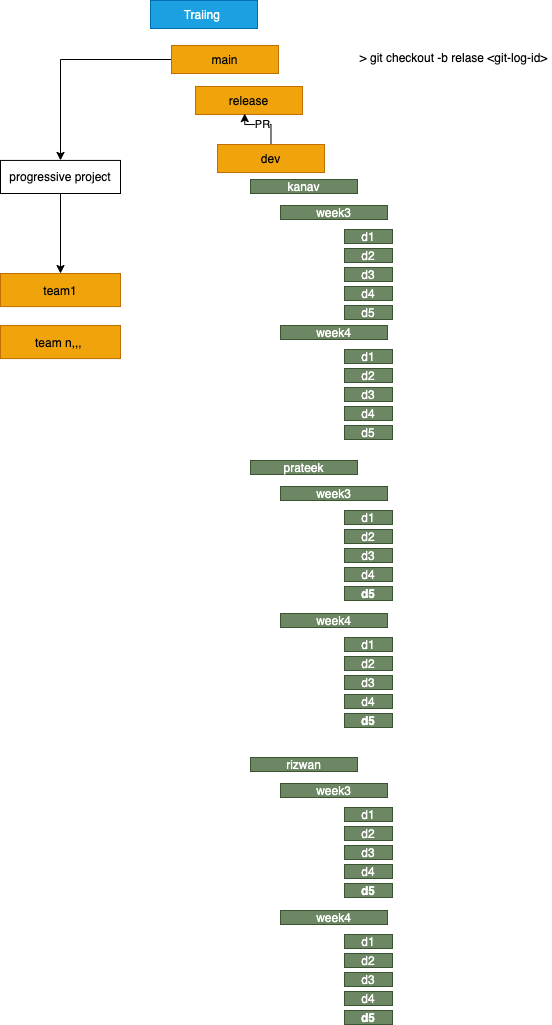
The draw.io diagram images/folder-structure.drawio.png in adithnaveen/sapient-freshers-2021-jun-asde, before a commit. Source tidied: cells renumbered, new cells last; positions are measured from the earlier drawing's top-left corner, leaving out a move shared by most shapes.
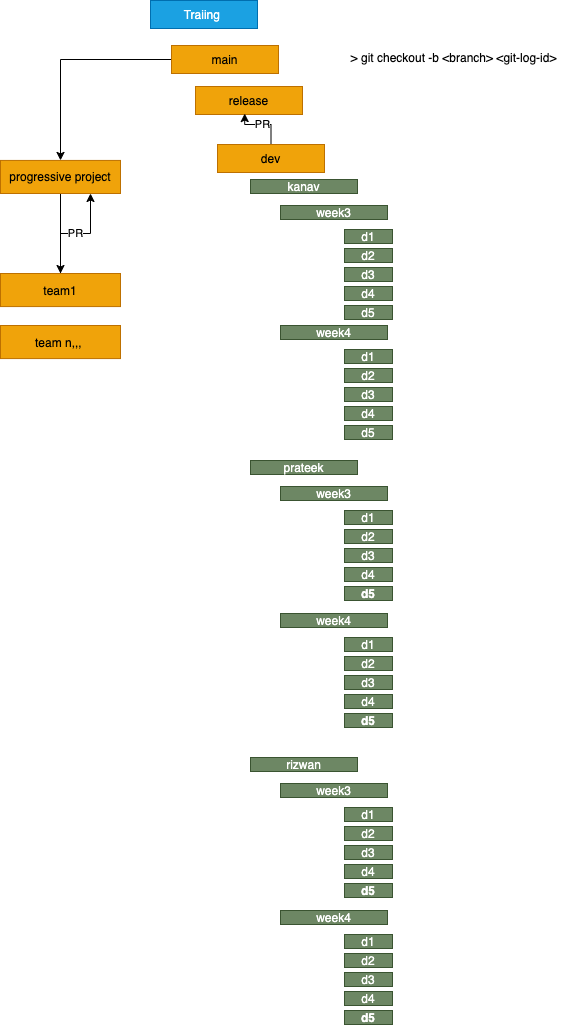
After the commit.

The edit, as a diff of the source:
```diff
@@ -20,8 +20,8 @@
     <mxCell id="7" value="main" style="rounded=0;whiteSpace=wrap;html=1;fillColor=#f0a30a;strokeColor=#BD7000;fontColor=#000000;" parent="1" vertex="1">
       <mxGeometry x="171" y="45" width="107" height="28" as="geometry" />
     </mxCell>
-    <mxCell id="8" value="&amp;gt; git checkout -b relase &amp;lt;git-log-id&amp;gt;" style="text;html=1;align=center;verticalAlign=middle;strokeColor=none;" parent="1" vertex="1">
-      <mxGeometry x="354" y="48" width="197" height="17" as="geometry" />
+    <mxCell id="8" value="&amp;gt; git checkout -b &amp;lt;branch&amp;gt; &amp;lt;git-log-id&amp;gt;" style="text;html=1;align=center;verticalAlign=middle;strokeColor=none;" parent="1" vertex="1">
+      <mxGeometry x="345" y="48" width="216" height="18" as="geometry" />
     </mxCell>
     <mxCell id="9" value="kanav" style="rounded=0;whiteSpace=wrap;html=1;fillColor=#6d8764;strokeColor=#3A5431;fontColor=#ffffff;" parent="1" vertex="1">
       <mxGeometry x="250" y="179" width="107" height="14" as="geometry" />
@@ -143,9 +143,12 @@
     <mxCell id="48" style="edgeStyle=orthogonalEdgeStyle;rounded=0;jettySize=auto;html=1;" parent="1" edge="1" source="49" target="50">
       <mxGeometry relative="1" as="geometry" />
     </mxCell>
-    <mxCell id="49" value="progressive project" style="rounded=0;whiteSpace=wrap;html=1;" parent="1" vertex="1">
+    <mxCell id="49" value="progressive project" style="rounded=0;whiteSpace=wrap;html=1;fillColor=#f0a30a;strokeColor=#BD7000;fontColor=#000000;" parent="1" vertex="1">
       <mxGeometry y="159.9" width="120" height="33.1" as="geometry" />
     </mxCell>
+    <mxCell id="52" value="PR" style="edgeStyle=orthogonalEdgeStyle;rounded=0;jettySize=auto;html=1;entryX=0.75;entryY=1;entryDx=0;entryDy=0;" parent="1" edge="1" source="50" target="49">
+      <mxGeometry relative="1" as="geometry" />
+    </mxCell>
     <mxCell id="50" value="team1" style="rounded=0;whiteSpace=wrap;html=1;fillColor=#f0a30a;strokeColor=#BD7000;fontColor=#000000;" parent="1" vertex="1">
       <mxGeometry y="273" width="120" height="33.1" as="geometry" />
     </mxCell>
```
